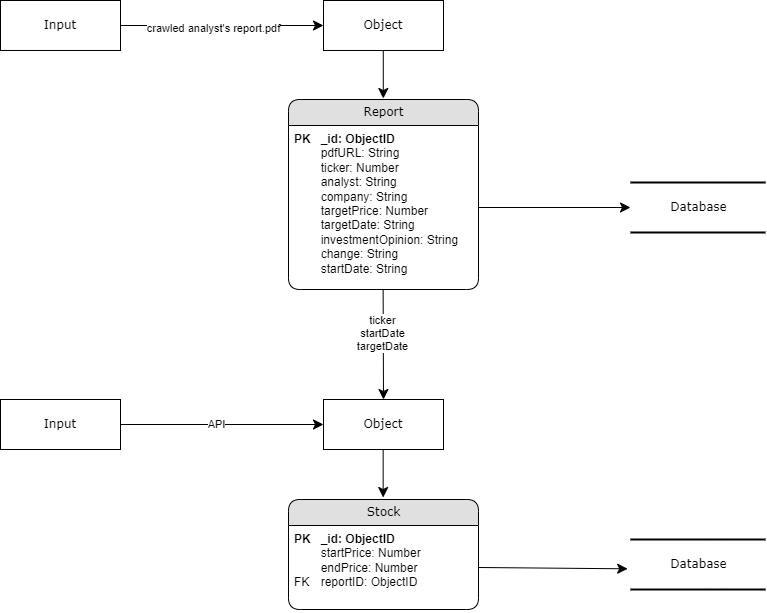
Before: DataFlow.drawio.png, a diagram exported from draw.io (ye-s-rin/prodigitalacademy3rd-web). Source tidied: cells renumbered, new cells last; positions are measured from the earlier drawing's top-left corner, leaving out a move shared by most shapes.
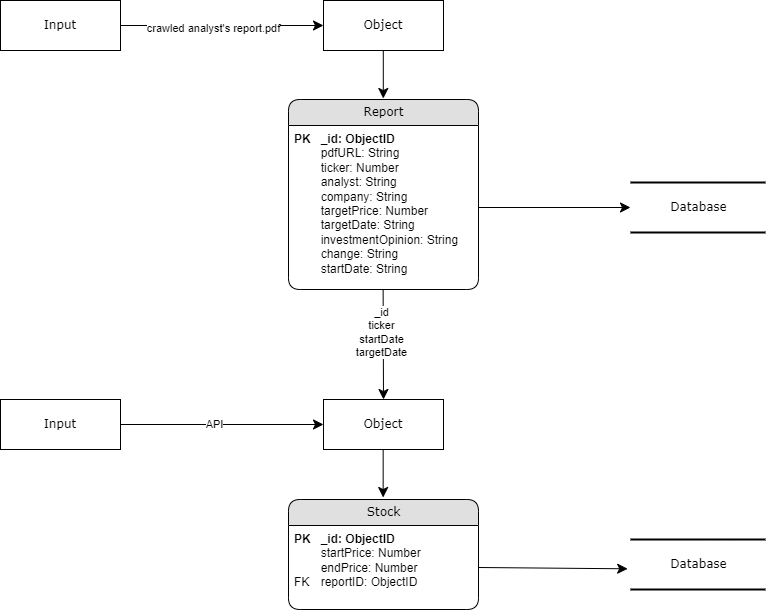
Later version of the same file.

Diff of the diagram source:
```diff
@@ -46,7 +46,7 @@
         <mxPoint x="383" y="399" as="targetPoint" />
       </mxGeometry>
     </mxCell>
-    <mxCell id="14" value="&lt;div&gt;ticker&lt;/div&gt;startDate&lt;div&gt;targetDate&lt;/div&gt;" style="edgeLabel;html=1;align=center;verticalAlign=middle;" parent="13" vertex="1">
+    <mxCell id="14" value="&lt;div&gt;_id&lt;/div&gt;&lt;div&gt;ticker&lt;/div&gt;startDate&lt;div&gt;targetDate&lt;/div&gt;" style="edgeLabel;html=1;align=center;verticalAlign=middle;" parent="13" vertex="1">
       <mxGeometry x="-0.22" y="-2" relative="1" as="geometry" />
     </mxCell>
     <mxCell id="15" value="Database" style="html=1;rounded=0;shadow=0;comic=0;labelBackgroundColor=none;strokeWidth=2;fontFamily=Verdana;fontSize=12;align=center;shape=mxgraph.ios7ui.horLines;" parent="1" vertex="1">
```
